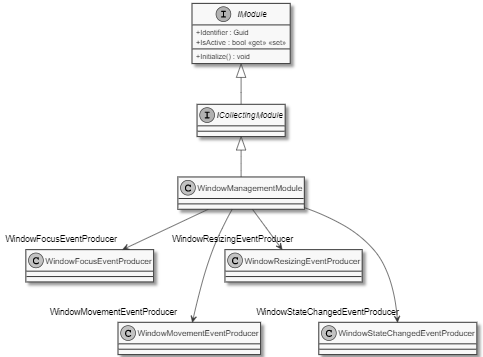
This is documents/sd/resources/Classes/Modules/WindowManagement/WindowManagementModule.png from insightmind/MORR, a PlantUML export, as it was before one commit. Its source is kept beside it as documents/sd/plantuml/application/Modules/WindowManagement/WindowManagementModule.puml. Source of this version:
```plantuml
@startuml
skinparam monochrome true
skinparam classAttributeIconSize 0

class WindowManagementModule {
}

ICollectingModule <|-- WindowManagementModule
interface ICollectingModule
interface IModule {
    + Identifier : Guid
    + IsActive : bool <<get>> <<set>>
    + Initialize() : void
}

IModule <|-- ICollectingModule
WindowManagementModule --> "WindowFocusEventProducer" WindowFocusEventProducer
WindowManagementModule ---> "WindowMovementEventProducer" WindowMovementEventProducer
WindowManagementModule --> "       WindowResizingEventProducer" WindowResizingEventProducer
WindowManagementModule ---> "WindowStateChangedEventProducer" WindowStateChangedEventProducer
@enduml
```
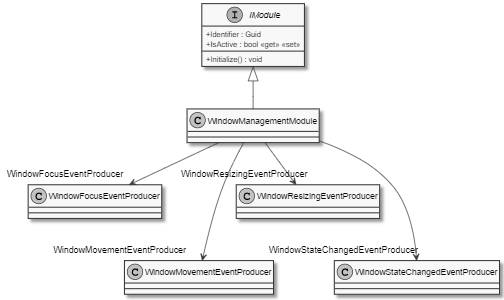
Later version of the same file.

Commit message:
Remove ICollectingModule from diagrams

Diff of the diagram source:
```diff
@@ -5,15 +5,14 @@
 class WindowManagementModule {
 }
 
-ICollectingModule <|-- WindowManagementModule
-interface ICollectingModule
+
 interface IModule {
     + Identifier : Guid
     + IsActive : bool <<get>> <<set>>
     + Initialize() : void
 }
 
-IModule <|-- ICollectingModule
+IModule <|-- WindowManagementModule
 WindowManagementModule --> "WindowFocusEventProducer" WindowFocusEventProducer
 WindowManagementModule ---> "WindowMovementEventProducer" WindowMovementEventProducer
 WindowManagementModule --> "       WindowResizingEventProducer" WindowResizingEventProducer
```
